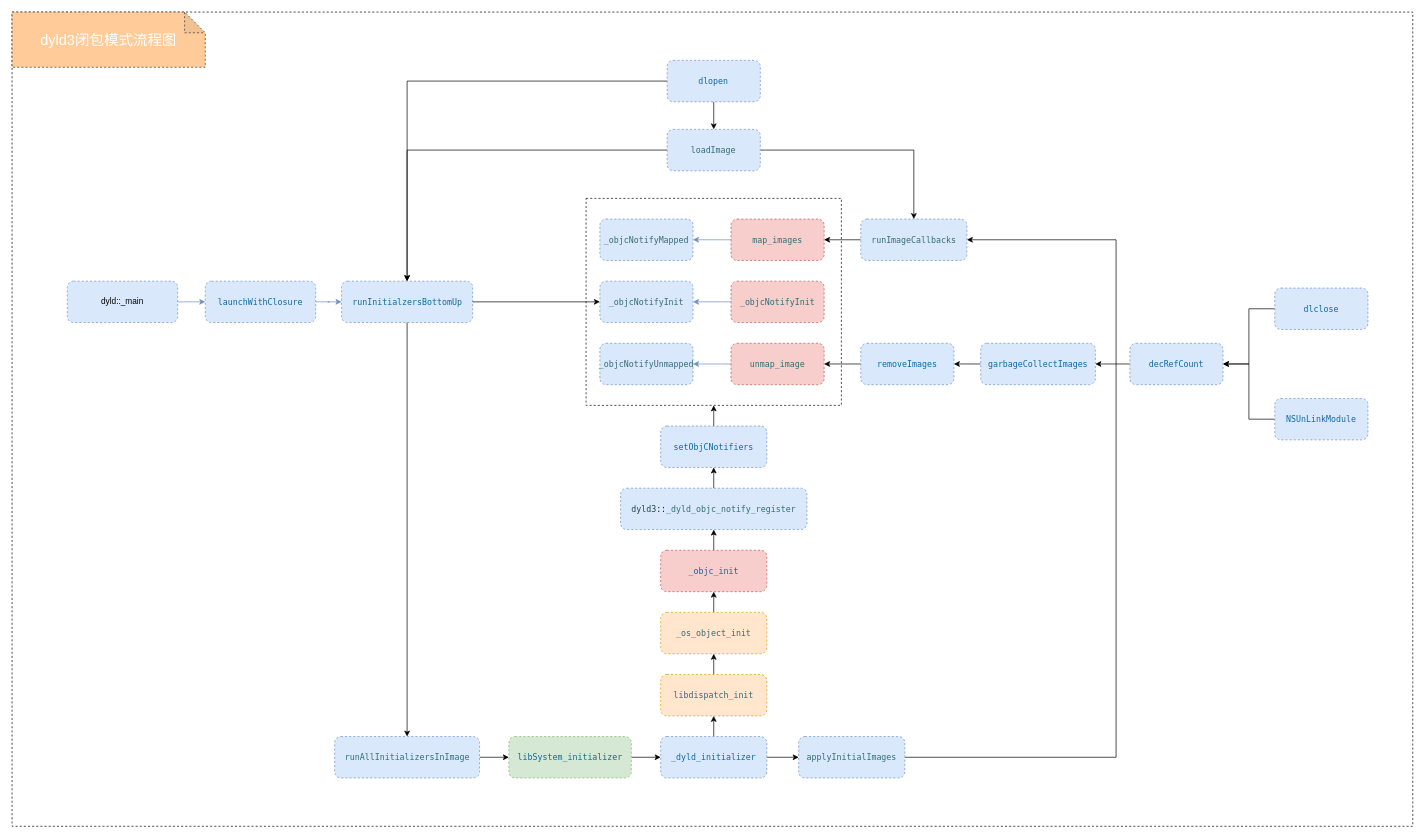
This is dyld3闭包模式流程图.drawio from star-j/Flowchart, a draw.io file, before an edit. Source tidied: cells renumbered, new cells numbered last; positions are measured from the earlier drawing's top-left corner, leaving out a move shared by most shapes. Both pictures are drawn from the tidied source at 69%, with x=0, y=0 at pixel (12, 12).
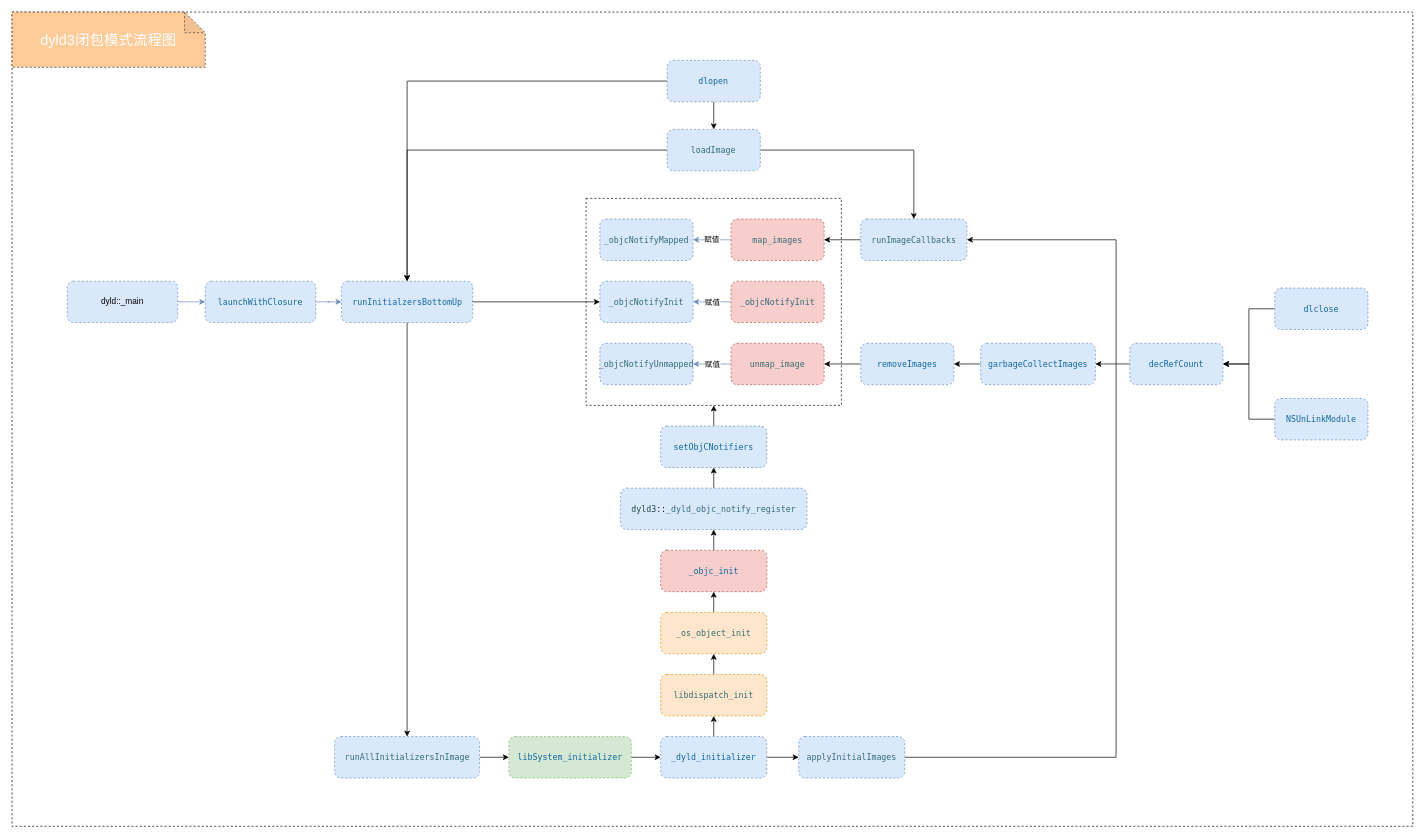
After the change.

Commit message:
Update dyld3闭包模式流程图.drawio

The change refers to these unchanged cells:
```xml
<mxCell id="14" style="edgeStyle=orthogonalEdgeStyle;rounded=0;jettySize=auto;html=1;exitX=0;exitY=0.5;exitDx=0;exitDy=0;entryX=1;entryY=0.5;entryDx=0;entryDy=0;labelBackgroundColor=none;fillColor=#dae8fc;strokeColor=#6c8ebf;" parent="1" edge="1" source="15" target="11">
  <mxGeometry relative="1" as="geometry" />
</mxCell>
<mxCell id="16" style="edgeStyle=orthogonalEdgeStyle;rounded=0;jettySize=auto;html=1;exitX=0;exitY=0.5;exitDx=0;exitDy=0;entryX=1;entryY=0.5;entryDx=0;entryDy=0;labelBackgroundColor=none;fillColor=#dae8fc;strokeColor=#6c8ebf;" parent="1" edge="1" source="17" target="12">
  <mxGeometry relative="1" as="geometry" />
</mxCell>
<mxCell id="18" style="edgeStyle=orthogonalEdgeStyle;rounded=0;jettySize=auto;html=1;exitX=0;exitY=0.5;exitDx=0;exitDy=0;entryX=1;entryY=0.5;entryDx=0;entryDy=0;labelBackgroundColor=none;fillColor=#dae8fc;strokeColor=#6c8ebf;" parent="1" edge="1" source="19" target="13">
  <mxGeometry relative="1" as="geometry" />
</mxCell>
```

The edit, as a diff of the source:
```diff
@@
+    <mxCell id="58" value="赋值" style="edgeLabel;html=1;align=center;verticalAlign=middle;" parent="14" vertex="1">
+      <mxGeometry x="0.01" y="-1" relative="1" as="geometry" />
+    </mxCell>
@@
+    <mxCell id="59" value="赋值" style="edgeLabel;html=1;align=center;verticalAlign=middle;" parent="16" vertex="1">
+      <mxGeometry x="-0.02" relative="1" as="geometry" />
+    </mxCell>
@@
+    <mxCell id="60" value="赋值" style="edgeLabel;html=1;align=center;verticalAlign=middle;" parent="18" vertex="1">
+      <mxGeometry x="0.01" y="1" relative="1" as="geometry">
+        <mxPoint x="1" y="-1" as="offset" />
+      </mxGeometry>
+    </mxCell>
```
